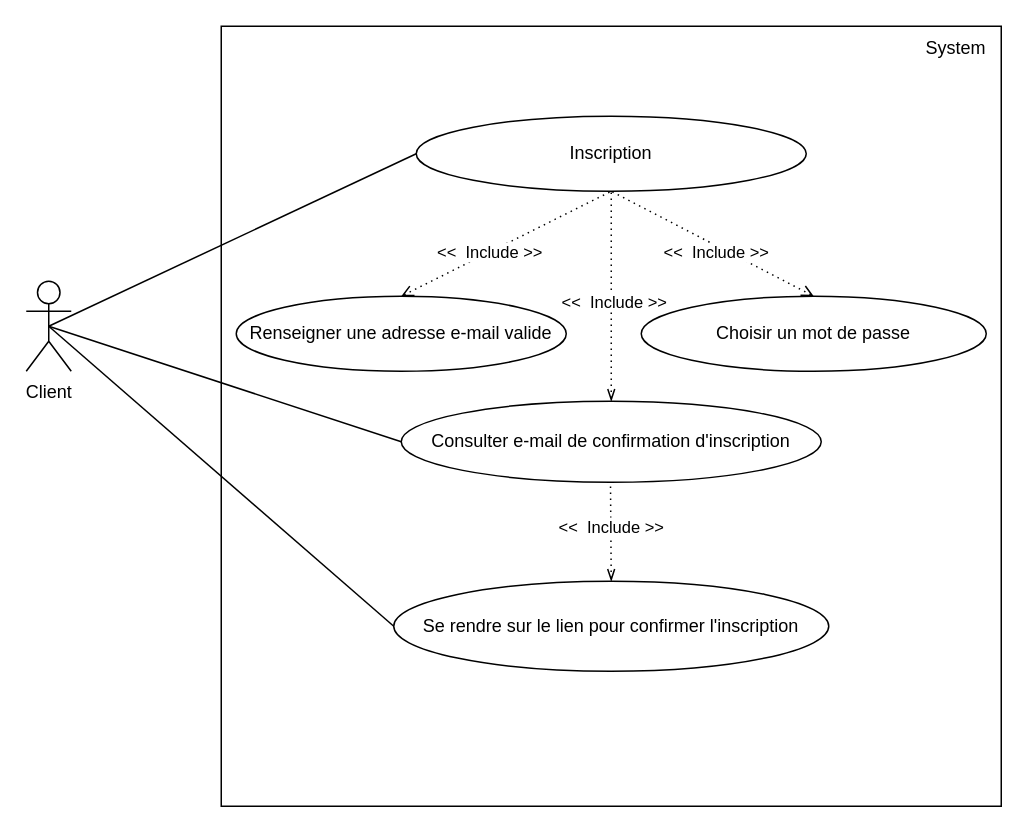
This is use_case_diagrams/1. cu_Inscription/CU_Inscription.drawio from LekishviliRati/P13_Patient_follow-up_diary, a draw.io file, before an edit. Source tidied: cells renumbered, new cells numbered last; positions are measured from the earlier drawing's top-left corner, leaving out a move shared by most shapes. Both pictures are drawn from the tidied source at 150%, with x=0, y=0 at pixel (26, 26).
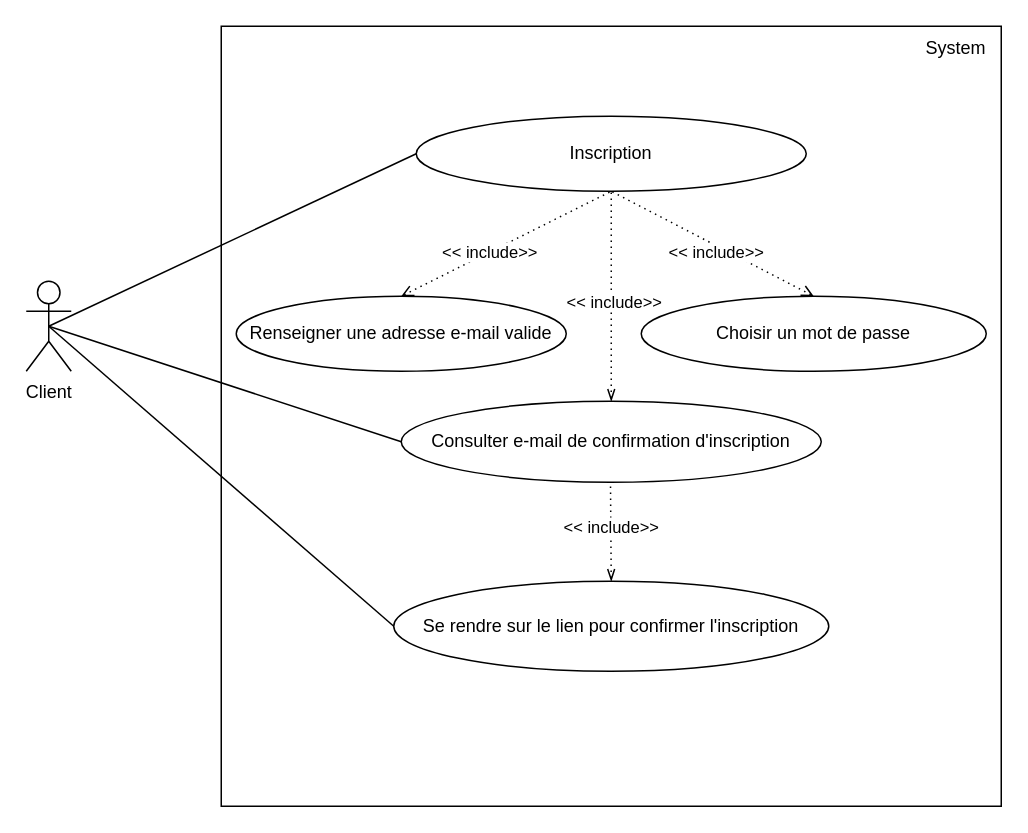
Above is the later version.

The change refers to these unchanged cells:
```xml
<mxCell id="8" style="endArrow=none;dashed=1;html=1;dashPattern=1 3;strokeWidth=1;rounded=0;entryX=0.5;entryY=1;entryDx=0;entryDy=0;exitX=0.5;exitY=0;exitDx=0;exitDy=0;endFill=0;startArrow=open;startFill=0;endSize=9;targetPerimeterSpacing=8;" parent="1" edge="1" source="6" target="5">
  <mxGeometry relative="1" as="geometry" />
</mxCell>
<mxCell id="10" style="endArrow=none;dashed=1;html=1;dashPattern=1 3;strokeWidth=1;rounded=0;entryX=0.5;entryY=1;entryDx=0;entryDy=0;exitX=0.5;exitY=0;exitDx=0;exitDy=0;endFill=0;startArrow=open;startFill=0;" parent="1" edge="1" source="7" target="5">
  <mxGeometry relative="1" as="geometry" />
</mxCell>
<mxCell id="13" style="endArrow=none;dashed=1;html=1;dashPattern=1 3;strokeWidth=1;rounded=0;exitX=0.5;exitY=0;exitDx=0;exitDy=0;endFill=0;startArrow=openThin;startFill=0;" parent="1" edge="1" source="12">
  <mxGeometry relative="1" as="geometry">
    <mxPoint x="390" y="110" as="targetPoint" />
  </mxGeometry>
</mxCell>
<mxCell id="16" style="endArrow=none;dashed=1;html=1;dashPattern=1 3;strokeWidth=1;rounded=0;exitX=0.5;exitY=0;exitDx=0;exitDy=0;endFill=0;startArrow=openThin;startFill=0;" parent="1" edge="1" source="15">
  <mxGeometry relative="1" as="geometry">
    <mxPoint x="389.5" y="304" as="targetPoint" />
  </mxGeometry>
</mxCell>
```

Diff of the diagram source:
```diff
@@
-    <mxCell id="9" value="&amp;lt;&amp;lt;&amp;nbsp; Include &amp;gt;&amp;gt;" style="edgeLabel;html=1;align=center;verticalAlign=middle;" parent="8" vertex="1">
+    <mxCell id="9" value="&amp;lt;&amp;lt; include&amp;gt;&amp;gt;" style="edgeLabel;html=1;align=center;verticalAlign=middle;" parent="8" vertex="1">
       <mxGeometry x="0.18" y="-3" relative="1" as="geometry">
         <mxPoint x="-25" y="9" as="offset" />
       </mxGeometry>
     </mxCell>
@@
-    <mxCell id="11" value="&amp;lt;&amp;lt;&amp;nbsp; Include &amp;gt;&amp;gt;" style="edgeLabel;html=1;align=center;verticalAlign=middle;" parent="10" vertex="1">
+    <mxCell id="11" value="&amp;lt;&amp;lt; include&amp;gt;&amp;gt;" style="edgeLabel;html=1;align=center;verticalAlign=middle;" parent="10" vertex="1">
       <mxGeometry x="0.1" y="-1" relative="1" as="geometry">
         <mxPoint x="9" y="10" as="offset" />
       </mxGeometry>
     </mxCell>
@@
-    <mxCell id="14" value="&amp;lt;&amp;lt;&amp;nbsp; Include &amp;gt;&amp;gt;" style="edgeLabel;html=1;align=center;verticalAlign=middle;" parent="13" vertex="1">
+    <mxCell id="14" value="&amp;lt;&amp;lt; include&amp;gt;&amp;gt;" style="edgeLabel;html=1;align=center;verticalAlign=middle;" parent="13" vertex="1">
       <mxGeometry x="0.1" y="-1" relative="1" as="geometry">
         <mxPoint y="10" as="offset" />
       </mxGeometry>
     </mxCell>
@@
-    <mxCell id="17" value="&amp;lt;&amp;lt;&amp;nbsp; Include &amp;gt;&amp;gt;" style="edgeLabel;html=1;align=center;verticalAlign=middle;" parent="16" vertex="1">
+    <mxCell id="17" value="&amp;lt;&amp;lt; include&amp;gt;&amp;gt;" style="edgeLabel;html=1;align=center;verticalAlign=middle;" parent="16" vertex="1">
       <mxGeometry x="0.1" y="-1" relative="1" as="geometry">
         <mxPoint x="-1" as="offset" />
       </mxGeometry>
     </mxCell>
```
